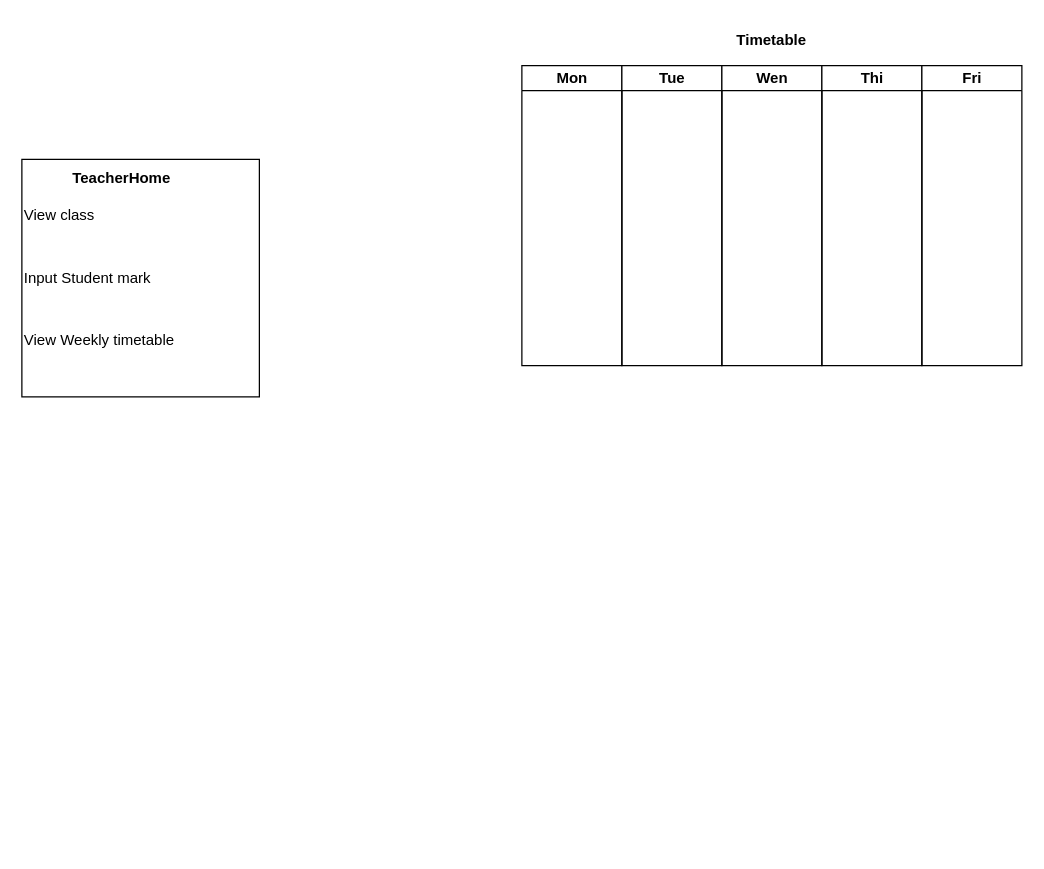
Above: page "Trang-1" (1 of 2) of Student_Mark_PRJ301.drawio in MinhKhanh188/PRJ301-MyAssighment (draw.io), before the change. Source tidied: cells renumbered, new cells numbered last; positions are measured from the earlier drawing's top-left corner, leaving out a move shared by most shapes. Both pictures are drawn from the tidied source at 125%, with x=0, y=0 at pixel (21, 21).
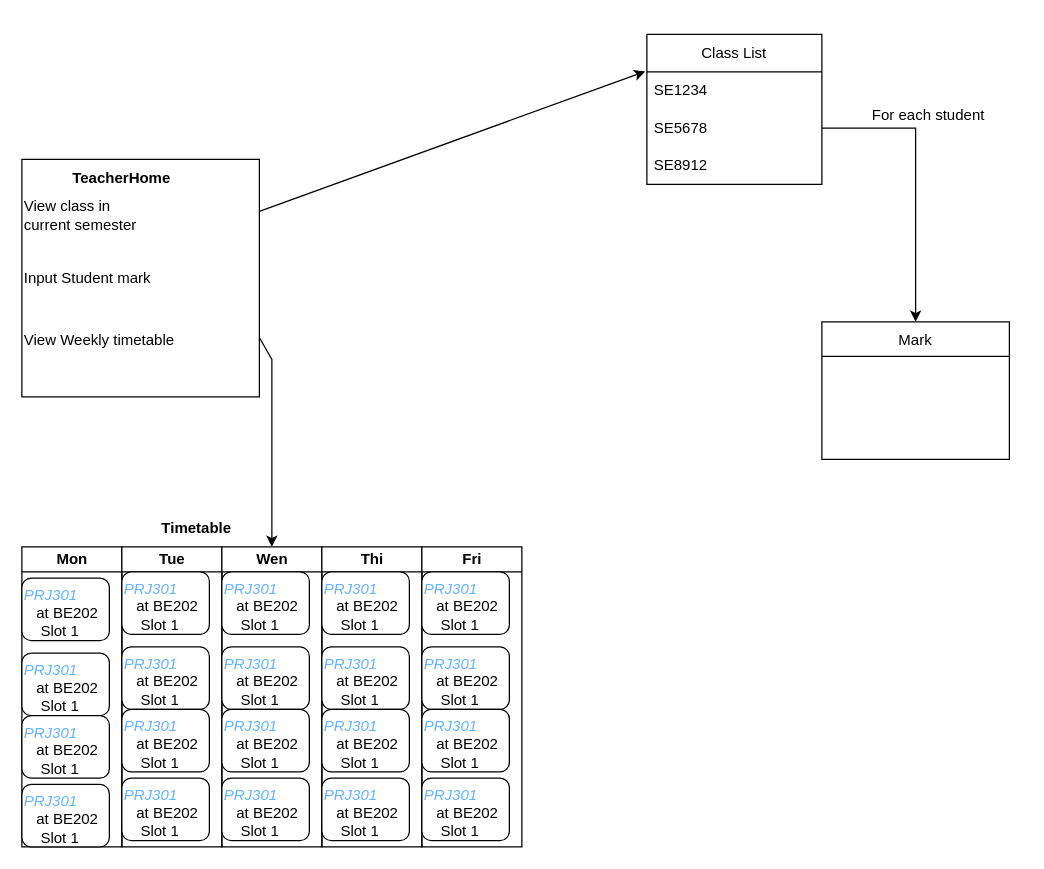
The same diagram, later.

Commit message (it also covers changes not shown here):
Cập nhật Student_Mark_PRJ301.drawio

Unchanged cells that the change refers to:
```xml
<mxCell id="2" style="whiteSpace=wrap;html=1;" parent="1" vertex="1">
  <mxGeometry y="110" width="190" height="190" as="geometry" />
</mxCell>
```

The edit, as a diff of the source:
```diff
@@
-    <mxCell id="4" value="View class" style="text;html=1;strokeColor=none;fillColor=none;align=left;verticalAlign=middle;whiteSpace=wrap;rounded=0;" parent="1" vertex="1">
+    <mxCell id="4" value="View class in current semester&amp;nbsp;" style="text;html=1;strokeColor=none;fillColor=none;align=left;verticalAlign=middle;whiteSpace=wrap;rounded=0;" parent="1" vertex="1">
       <mxGeometry y="140" width="110" height="30" as="geometry" />
     </mxCell>
@@
     <mxCell id="7" value="Mon" style="swimlane;startSize=20;html=1;" parent="1" vertex="1">
-      <mxGeometry x="400" y="35" width="80" height="240" as="geometry" />
+      <mxGeometry y="420" width="80" height="240" as="geometry" />
     </mxCell>
+    <mxCell id="13" value="&lt;i style=&quot;color: rgb(102, 178, 255);&quot;&gt;PRJ301&amp;nbsp;&lt;br&gt;&lt;/i&gt;&amp;nbsp; &amp;nbsp;at BE202&lt;br&gt;&amp;nbsp; &amp;nbsp; Slot 1&amp;nbsp;" style="rounded=1;whiteSpace=wrap;html=1;align=left;verticalAlign=top;" parent="7" vertex="1">
+      <mxGeometry y="25" width="70" height="50" as="geometry" />
+    </mxCell>
+    <mxCell id="14" value="&lt;i style=&quot;color: rgb(102, 178, 255);&quot;&gt;PRJ301&amp;nbsp;&lt;br&gt;&lt;/i&gt;&amp;nbsp; &amp;nbsp;at BE202&lt;br&gt;&amp;nbsp; &amp;nbsp; Slot 1&amp;nbsp;" style="rounded=1;whiteSpace=wrap;html=1;align=left;verticalAlign=top;" parent="7" vertex="1">
+      <mxGeometry y="85" width="70" height="50" as="geometry" />
+    </mxCell>
+    <mxCell id="15" value="&lt;i style=&quot;color: rgb(102, 178, 255);&quot;&gt;PRJ301&amp;nbsp;&lt;br&gt;&lt;/i&gt;&amp;nbsp; &amp;nbsp;at BE202&lt;br&gt;&amp;nbsp; &amp;nbsp; Slot 1&amp;nbsp;" style="rounded=1;whiteSpace=wrap;html=1;align=left;verticalAlign=top;" parent="7" vertex="1">
+      <mxGeometry y="135" width="70" height="50" as="geometry" />
+    </mxCell>
+    <mxCell id="16" value="&lt;i style=&quot;color: rgb(102, 178, 255);&quot;&gt;PRJ301&amp;nbsp;&lt;br&gt;&lt;/i&gt;&amp;nbsp; &amp;nbsp;at BE202&lt;br&gt;&amp;nbsp; &amp;nbsp; Slot 1&amp;nbsp;" style="rounded=1;whiteSpace=wrap;html=1;align=left;verticalAlign=top;" parent="7" vertex="1">
+      <mxGeometry y="190" width="70" height="50" as="geometry" />
+    </mxCell>
     <mxCell id="8" value="Tue" style="swimlane;startSize=20;html=1;" parent="1" vertex="1">
-      <mxGeometry x="480" y="35" width="80" height="240" as="geometry" />
+      <mxGeometry x="80" y="420" width="80" height="240" as="geometry" />
     </mxCell>
+    <mxCell id="17" value="&lt;i style=&quot;color: rgb(102, 178, 255);&quot;&gt;PRJ301&amp;nbsp;&lt;br&gt;&lt;/i&gt;&amp;nbsp; &amp;nbsp;at BE202&lt;br&gt;&amp;nbsp; &amp;nbsp; Slot 1&amp;nbsp;" style="rounded=1;whiteSpace=wrap;html=1;align=left;verticalAlign=top;" parent="8" vertex="1">
+      <mxGeometry y="20" width="70" height="50" as="geometry" />
+    </mxCell>
+    <mxCell id="18" value="&lt;i style=&quot;color: rgb(102, 178, 255);&quot;&gt;PRJ301&amp;nbsp;&lt;br&gt;&lt;/i&gt;&amp;nbsp; &amp;nbsp;at BE202&lt;br&gt;&amp;nbsp; &amp;nbsp; Slot 1&amp;nbsp;" style="rounded=1;whiteSpace=wrap;html=1;align=left;verticalAlign=top;" parent="8" vertex="1">
+      <mxGeometry y="80" width="70" height="50" as="geometry" />
+    </mxCell>
+    <mxCell id="19" value="&lt;i style=&quot;color: rgb(102, 178, 255);&quot;&gt;PRJ301&amp;nbsp;&lt;br&gt;&lt;/i&gt;&amp;nbsp; &amp;nbsp;at BE202&lt;br&gt;&amp;nbsp; &amp;nbsp; Slot 1&amp;nbsp;" style="rounded=1;whiteSpace=wrap;html=1;align=left;verticalAlign=top;" parent="8" vertex="1">
+      <mxGeometry y="130" width="70" height="50" as="geometry" />
+    </mxCell>
+    <mxCell id="20" value="&lt;i style=&quot;color: rgb(102, 178, 255);&quot;&gt;PRJ301&amp;nbsp;&lt;br&gt;&lt;/i&gt;&amp;nbsp; &amp;nbsp;at BE202&lt;br&gt;&amp;nbsp; &amp;nbsp; Slot 1&amp;nbsp;" style="rounded=1;whiteSpace=wrap;html=1;align=left;verticalAlign=top;" parent="8" vertex="1">
+      <mxGeometry y="185" width="70" height="50" as="geometry" />
+    </mxCell>
     <mxCell id="9" value="Wen" style="swimlane;startSize=20;html=1;" parent="1" vertex="1">
-      <mxGeometry x="560" y="35" width="80" height="240" as="geometry" />
+      <mxGeometry x="160" y="420" width="80" height="240" as="geometry" />
     </mxCell>
+    <mxCell id="21" value="&lt;i style=&quot;color: rgb(102, 178, 255);&quot;&gt;PRJ301&amp;nbsp;&lt;br&gt;&lt;/i&gt;&amp;nbsp; &amp;nbsp;at BE202&lt;br&gt;&amp;nbsp; &amp;nbsp; Slot 1&amp;nbsp;" style="rounded=1;whiteSpace=wrap;html=1;align=left;verticalAlign=top;" parent="9" vertex="1">
+      <mxGeometry y="20" width="70" height="50" as="geometry" />
+    </mxCell>
+    <mxCell id="22" value="&lt;i style=&quot;color: rgb(102, 178, 255);&quot;&gt;PRJ301&amp;nbsp;&lt;br&gt;&lt;/i&gt;&amp;nbsp; &amp;nbsp;at BE202&lt;br&gt;&amp;nbsp; &amp;nbsp; Slot 1&amp;nbsp;" style="rounded=1;whiteSpace=wrap;html=1;align=left;verticalAlign=top;" parent="9" vertex="1">
+      <mxGeometry y="80" width="70" height="50" as="geometry" />
+    </mxCell>
+    <mxCell id="23" value="&lt;i style=&quot;color: rgb(102, 178, 255);&quot;&gt;PRJ301&amp;nbsp;&lt;br&gt;&lt;/i&gt;&amp;nbsp; &amp;nbsp;at BE202&lt;br&gt;&amp;nbsp; &amp;nbsp; Slot 1&amp;nbsp;" style="rounded=1;whiteSpace=wrap;html=1;align=left;verticalAlign=top;" parent="9" vertex="1">
+      <mxGeometry y="130" width="70" height="50" as="geometry" />
+    </mxCell>
+    <mxCell id="24" value="&lt;i style=&quot;color: rgb(102, 178, 255);&quot;&gt;PRJ301&amp;nbsp;&lt;br&gt;&lt;/i&gt;&amp;nbsp; &amp;nbsp;at BE202&lt;br&gt;&amp;nbsp; &amp;nbsp; Slot 1&amp;nbsp;" style="rounded=1;whiteSpace=wrap;html=1;align=left;verticalAlign=top;" parent="9" vertex="1">
+      <mxGeometry y="185" width="70" height="50" as="geometry" />
+    </mxCell>
     <mxCell id="10" value="Thi" style="swimlane;startSize=20;html=1;" parent="1" vertex="1">
-      <mxGeometry x="640" y="35" width="80" height="240" as="geometry" />
+      <mxGeometry x="240" y="420" width="80" height="240" as="geometry" />
     </mxCell>
+    <mxCell id="25" value="&lt;i style=&quot;color: rgb(102, 178, 255);&quot;&gt;PRJ301&amp;nbsp;&lt;br&gt;&lt;/i&gt;&amp;nbsp; &amp;nbsp;at BE202&lt;br&gt;&amp;nbsp; &amp;nbsp; Slot 1&amp;nbsp;" style="rounded=1;whiteSpace=wrap;html=1;align=left;verticalAlign=top;" parent="10" vertex="1">
+      <mxGeometry y="20" width="70" height="50" as="geometry" />
+    </mxCell>
+    <mxCell id="26" value="&lt;i style=&quot;color: rgb(102, 178, 255);&quot;&gt;PRJ301&amp;nbsp;&lt;br&gt;&lt;/i&gt;&amp;nbsp; &amp;nbsp;at BE202&lt;br&gt;&amp;nbsp; &amp;nbsp; Slot 1&amp;nbsp;" style="rounded=1;whiteSpace=wrap;html=1;align=left;verticalAlign=top;" parent="10" vertex="1">
+      <mxGeometry y="80" width="70" height="50" as="geometry" />
+    </mxCell>
+    <mxCell id="27" value="&lt;i style=&quot;color: rgb(102, 178, 255);&quot;&gt;PRJ301&amp;nbsp;&lt;br&gt;&lt;/i&gt;&amp;nbsp; &amp;nbsp;at BE202&lt;br&gt;&amp;nbsp; &amp;nbsp; Slot 1&amp;nbsp;" style="rounded=1;whiteSpace=wrap;html=1;align=left;verticalAlign=top;" parent="10" vertex="1">
+      <mxGeometry y="130" width="70" height="50" as="geometry" />
+    </mxCell>
+    <mxCell id="28" value="&lt;i style=&quot;color: rgb(102, 178, 255);&quot;&gt;PRJ301&amp;nbsp;&lt;br&gt;&lt;/i&gt;&amp;nbsp; &amp;nbsp;at BE202&lt;br&gt;&amp;nbsp; &amp;nbsp; Slot 1&amp;nbsp;" style="rounded=1;whiteSpace=wrap;html=1;align=left;verticalAlign=top;" parent="10" vertex="1">
+      <mxGeometry y="185" width="70" height="50" as="geometry" />
+    </mxCell>
     <mxCell id="11" value="Fri" style="swimlane;startSize=20;html=1;" parent="1" vertex="1">
-      <mxGeometry x="720" y="35" width="80" height="240" as="geometry" />
+      <mxGeometry x="320" y="420" width="80" height="240" as="geometry" />
     </mxCell>
+    <mxCell id="29" value="&lt;i style=&quot;color: rgb(102, 178, 255);&quot;&gt;PRJ301&amp;nbsp;&lt;br&gt;&lt;/i&gt;&amp;nbsp; &amp;nbsp;at BE202&lt;br&gt;&amp;nbsp; &amp;nbsp; Slot 1&amp;nbsp;" style="rounded=1;whiteSpace=wrap;html=1;align=left;verticalAlign=top;" parent="11" vertex="1">
+      <mxGeometry y="20" width="70" height="50" as="geometry" />
+    </mxCell>
+    <mxCell id="30" value="&lt;i style=&quot;color: rgb(102, 178, 255);&quot;&gt;PRJ301&amp;nbsp;&lt;br&gt;&lt;/i&gt;&amp;nbsp; &amp;nbsp;at BE202&lt;br&gt;&amp;nbsp; &amp;nbsp; Slot 1&amp;nbsp;" style="rounded=1;whiteSpace=wrap;html=1;align=left;verticalAlign=top;" parent="11" vertex="1">
+      <mxGeometry y="80" width="70" height="50" as="geometry" />
+    </mxCell>
+    <mxCell id="31" value="&lt;i style=&quot;color: rgb(102, 178, 255);&quot;&gt;PRJ301&amp;nbsp;&lt;br&gt;&lt;/i&gt;&amp;nbsp; &amp;nbsp;at BE202&lt;br&gt;&amp;nbsp; &amp;nbsp; Slot 1&amp;nbsp;" style="rounded=1;whiteSpace=wrap;html=1;align=left;verticalAlign=top;" parent="11" vertex="1">
+      <mxGeometry y="130" width="70" height="50" as="geometry" />
+    </mxCell>
+    <mxCell id="32" value="&lt;i style=&quot;color: rgb(102, 178, 255);&quot;&gt;PRJ301&amp;nbsp;&lt;br&gt;&lt;/i&gt;&amp;nbsp; &amp;nbsp;at BE202&lt;br&gt;&amp;nbsp; &amp;nbsp; Slot 1&amp;nbsp;" style="rounded=1;whiteSpace=wrap;html=1;align=left;verticalAlign=top;" parent="11" vertex="1">
+      <mxGeometry y="185" width="70" height="50" as="geometry" />
+    </mxCell>
     <mxCell id="12" value="&lt;b&gt;Timetable&lt;/b&gt;" style="text;html=1;strokeColor=none;fillColor=none;align=center;verticalAlign=middle;whiteSpace=wrap;rounded=0;" parent="1" vertex="1">
-      <mxGeometry x="570" width="60" height="30" as="geometry" />
+      <mxGeometry x="110" y="390" width="60" height="30" as="geometry" />
     </mxCell>
+    <mxCell id="33" style="endArrow=classic;html=1;rounded=0;exitX=1;exitY=0.75;exitDx=0;exitDy=0;entryX=0.5;entryY=0;entryDx=0;entryDy=0;" parent="1" edge="1" source="2" target="9">
+      <mxGeometry relative="1" as="geometry">
+        <Array as="points">
+          <mxPoint x="200" y="270" />
+        </Array>
+      </mxGeometry>
+    </mxCell>
+    <mxCell id="34" value="Class List" style="swimlane;fontStyle=0;horizontal=1;startSize=30;whiteSpace=wrap;html=1;" parent="1" vertex="1">
+      <mxGeometry x="500" y="10" width="140" height="120" as="geometry" />
+    </mxCell>
+    <mxCell id="35" value="SE1234" style="text;strokeColor=none;fillColor=none;align=left;verticalAlign=middle;spacingLeft=4;spacingRight=4;overflow=hidden;points=[[0,0.5],[1,0.5]];portConstraint=eastwest;whiteSpace=wrap;html=1;" parent="34" vertex="1">
+      <mxGeometry y="30" width="140" height="30" as="geometry" />
+    </mxCell>
+    <mxCell id="36" value="SE5678" style="text;strokeColor=none;fillColor=none;align=left;verticalAlign=middle;spacingLeft=4;spacingRight=4;overflow=hidden;points=[[0,0.5],[1,0.5]];portConstraint=eastwest;whiteSpace=wrap;html=1;" parent="34" vertex="1">
+      <mxGeometry y="60" width="140" height="30" as="geometry" />
+    </mxCell>
+    <mxCell id="37" value="SE8912" style="text;strokeColor=none;fillColor=none;align=left;verticalAlign=middle;spacingLeft=4;spacingRight=4;overflow=hidden;whiteSpace=wrap;html=1;" parent="34" vertex="1">
+      <mxGeometry y="90" width="140" height="30" as="geometry" />
+    </mxCell>
+    <mxCell id="38" style="endArrow=classic;html=1;rounded=0;exitX=1;exitY=0.219;exitDx=0;exitDy=0;exitPerimeter=0;entryX=-0.009;entryY=-0.013;entryDx=0;entryDy=0;entryPerimeter=0;" parent="1" edge="1" source="2" target="35">
+      <mxGeometry relative="1" as="geometry" />
+    </mxCell>
+    <mxCell id="39" style="rounded=0;whiteSpace=wrap;html=1;" parent="1" vertex="1">
+      <mxGeometry x="640" y="240" width="150" height="110" as="geometry" />
+    </mxCell>
+    <mxCell id="40" style="endArrow=classic;html=1;rounded=0;exitX=1;exitY=0.5;exitDx=0;exitDy=0;entryX=0.5;entryY=0;entryDx=0;entryDy=0;" parent="1" edge="1" source="36" target="39">
+      <mxGeometry relative="1" as="geometry">
+        <Array as="points">
+          <mxPoint x="715" y="85" />
+        </Array>
+      </mxGeometry>
+    </mxCell>
+    <mxCell id="41" value="For each student" style="text;html=1;align=center;verticalAlign=middle;strokeColor=none;fillColor=none;" parent="1" vertex="1">
+      <mxGeometry x="670" y="60" width="110" height="30" as="geometry" />
+    </mxCell>
+    <mxCell id="42" value="Mark" style="text;html=1;strokeColor=none;fillColor=none;align=center;verticalAlign=middle;whiteSpace=wrap;rounded=0;" parent="1" vertex="1">
+      <mxGeometry x="685" y="240" width="60" height="30" as="geometry" />
+    </mxCell>
+    <mxCell id="43" style="endArrow=none;html=1;rounded=0;entryX=1;entryY=0.25;entryDx=0;entryDy=0;exitX=0;exitY=0.25;exitDx=0;exitDy=0;" parent="1" edge="1" source="39" target="39">
+      <mxGeometry relative="1" as="geometry" />
+    </mxCell>
```
